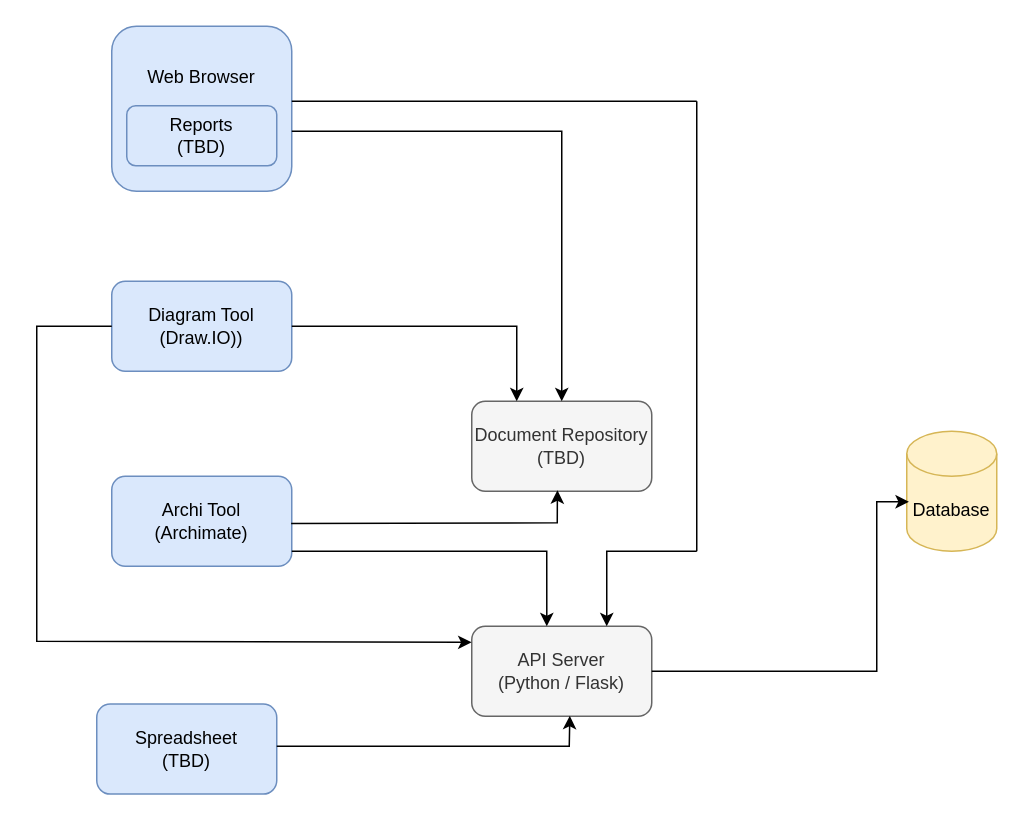
Above: page "Logical_Architecture" (2 of 3) of 0003_Architecture_And_Designs/0001_Architecture/Architecture.drawio in gauravvermaea/EA-Metamodel-Explorer (draw.io), before the change. Source tidied: cells renumbered, new cells numbered last; positions are measured from the earlier drawing's top-left corner, leaving out a move shared by most shapes. Both pictures are drawn from the tidied source at 150%, with x=0, y=0 at pixel (36, 26).
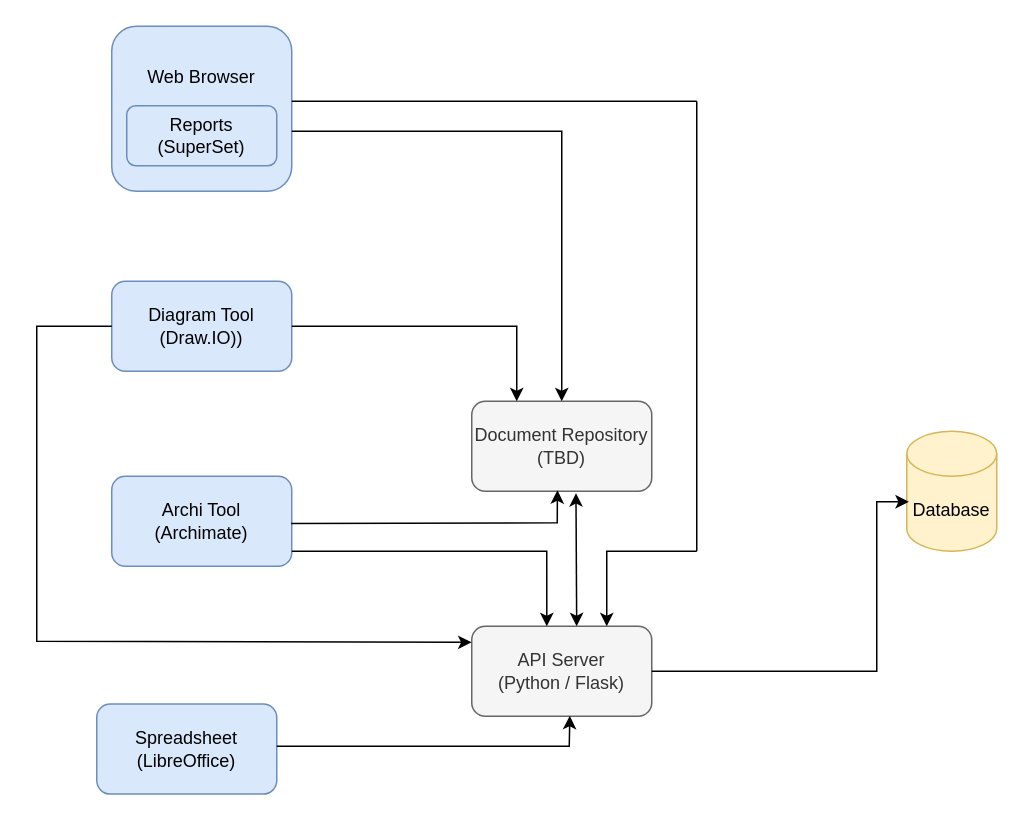
The same page after the edit.

Commit message (it also covers changes not shown here):
Added new POC and Changes to  Diagrams

Unchanged cells that the change refers to:
```xml
<mxCell id="2" value="API Server&lt;div&gt;(Python / Flask)&lt;/div&gt;" style="rounded=1;whiteSpace=wrap;html=1;fillColor=#f5f5f5;fontColor=#333333;strokeColor=#666666;" parent="1" vertex="1">
  <mxGeometry x="290" y="400" width="120" height="60" as="geometry" />
</mxCell>
<mxCell id="6" value="Document Repository&lt;div&gt;(TBD)&lt;/div&gt;" style="rounded=1;whiteSpace=wrap;html=1;fillColor=#f5f5f5;fontColor=#333333;strokeColor=#666666;" parent="1" vertex="1">
  <mxGeometry x="290" y="250" width="120" height="60" as="geometry" />
</mxCell>
```

Diff of the diagram source:
```diff
@@
-    <mxCell id="4" value="Spreadsheet&lt;div&gt;(TBD)&lt;/div&gt;" style="rounded=1;whiteSpace=wrap;html=1;fillColor=#dae8fc;strokeColor=#6c8ebf;" parent="1" vertex="1">
+    <mxCell id="4" value="Spreadsheet&lt;div&gt;(LibreOffice)&lt;/div&gt;" style="rounded=1;whiteSpace=wrap;html=1;fillColor=#dae8fc;strokeColor=#6c8ebf;" parent="1" vertex="1">
       <mxGeometry x="40" y="451.9" width="120" height="60" as="geometry" />
     </mxCell>
@@
-    <mxCell id="18" value="Reports&lt;div&gt;(TBD)&lt;/div&gt;" style="rounded=1;whiteSpace=wrap;html=1;fillColor=#dae8fc;strokeColor=#6c8ebf;" parent="1" vertex="1">
+    <mxCell id="18" value="Reports&lt;div&gt;(SuperSet)&lt;/div&gt;" style="rounded=1;whiteSpace=wrap;html=1;fillColor=#dae8fc;strokeColor=#6c8ebf;" parent="1" vertex="1">
       <mxGeometry x="60" y="53" width="100" height="40" as="geometry" />
     </mxCell>
@@
+    <mxCell id="20" style="endArrow=classic;startArrow=classic;html=1;rounded=0;entryX=0.579;entryY=1.021;entryDx=0;entryDy=0;entryPerimeter=0;exitX=0.583;exitY=0;exitDx=0;exitDy=0;exitPerimeter=0;" parent="1" edge="1" source="2" target="6">
+      <mxGeometry relative="1" as="geometry" />
+    </mxCell>
```
